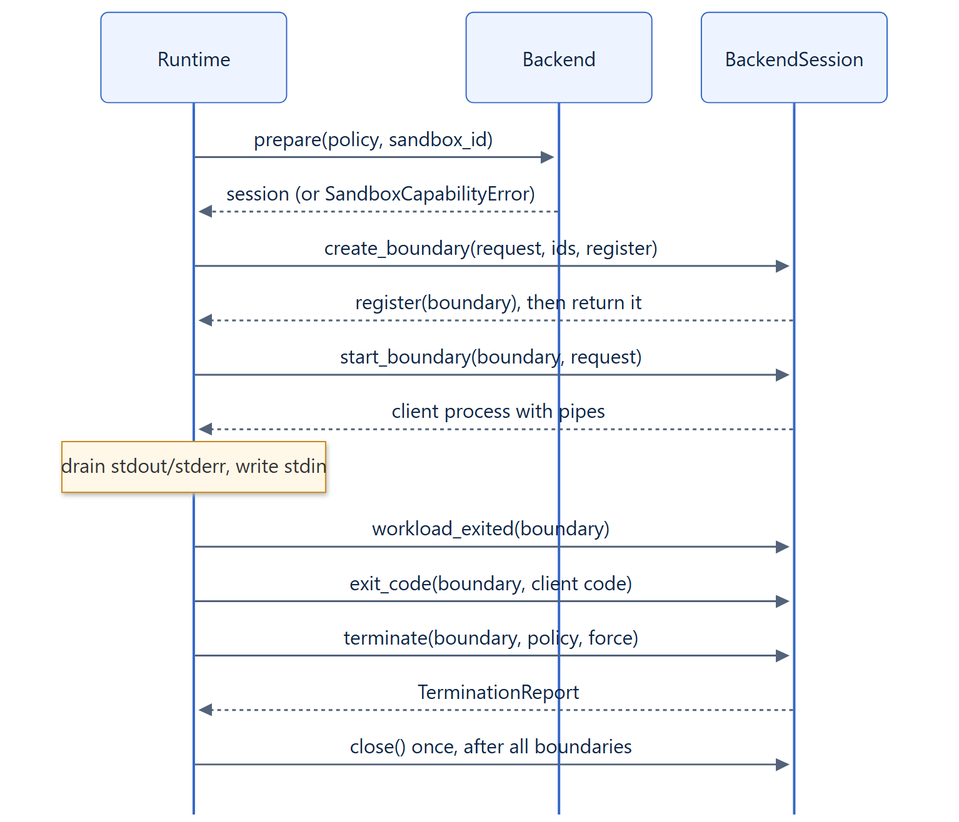
smuniharish/isolattice keeps this Mermaid diagram as docs/assets/diagrams/backend-session-sequence.png. Above is the earlier version. Its source is kept beside it as diagrams/backend-session-sequence.mmd. Source of this version:
```mermaid
sequenceDiagram
    participant Runtime
    participant Backend
    participant Session as BackendSession
    Runtime->>Backend: prepare(policy, sandbox_id)
    Backend-->>Runtime: session (or SandboxCapabilityError)
    Runtime->>Session: create_boundary(request, ids, register)
    Session-->>Runtime: register(boundary), then return it
    Runtime->>Session: start_boundary(boundary, request)
    Session-->>Runtime: client process with pipes
    Note over Runtime: drain stdout/stderr, write stdin
    Runtime->>Session: workload_exited(boundary)
    Runtime->>Session: exit_code(boundary, client code)
    Runtime->>Session: terminate(boundary, policy, force)
    Session-->>Runtime: TerminationReport
    Runtime->>Session: close() once, after all boundaries
```
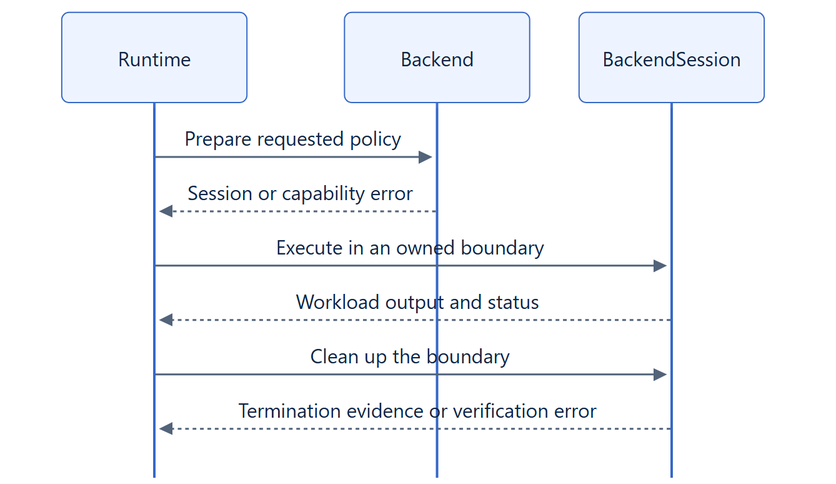
Above is the later version.

Diff of the diagram source:
```diff
@@ -2,15 +2,9 @@
     participant Runtime
     participant Backend
     participant Session as BackendSession
-    Runtime->>Backend: prepare(policy, sandbox_id)
-    Backend-->>Runtime: session (or SandboxCapabilityError)
-    Runtime->>Session: create_boundary(request, ids, register)
-    Session-->>Runtime: register(boundary), then return it
-    Runtime->>Session: start_boundary(boundary, request)
-    Session-->>Runtime: client process with pipes
-    Note over Runtime: drain stdout/stderr, write stdin
-    Runtime->>Session: workload_exited(boundary)
-    Runtime->>Session: exit_code(boundary, client code)
-    Runtime->>Session: terminate(boundary, policy, force)
-    Session-->>Runtime: TerminationReport
-    Runtime->>Session: close() once, after all boundaries
+    Runtime->>Backend: Prepare requested policy
+    Backend-->>Runtime: Session or capability error
+    Runtime->>Session: Execute in an owned boundary
+    Session-->>Runtime: Workload output and status
+    Runtime->>Session: Clean up the boundary
+    Session-->>Runtime: Termination evidence or verification error
```
